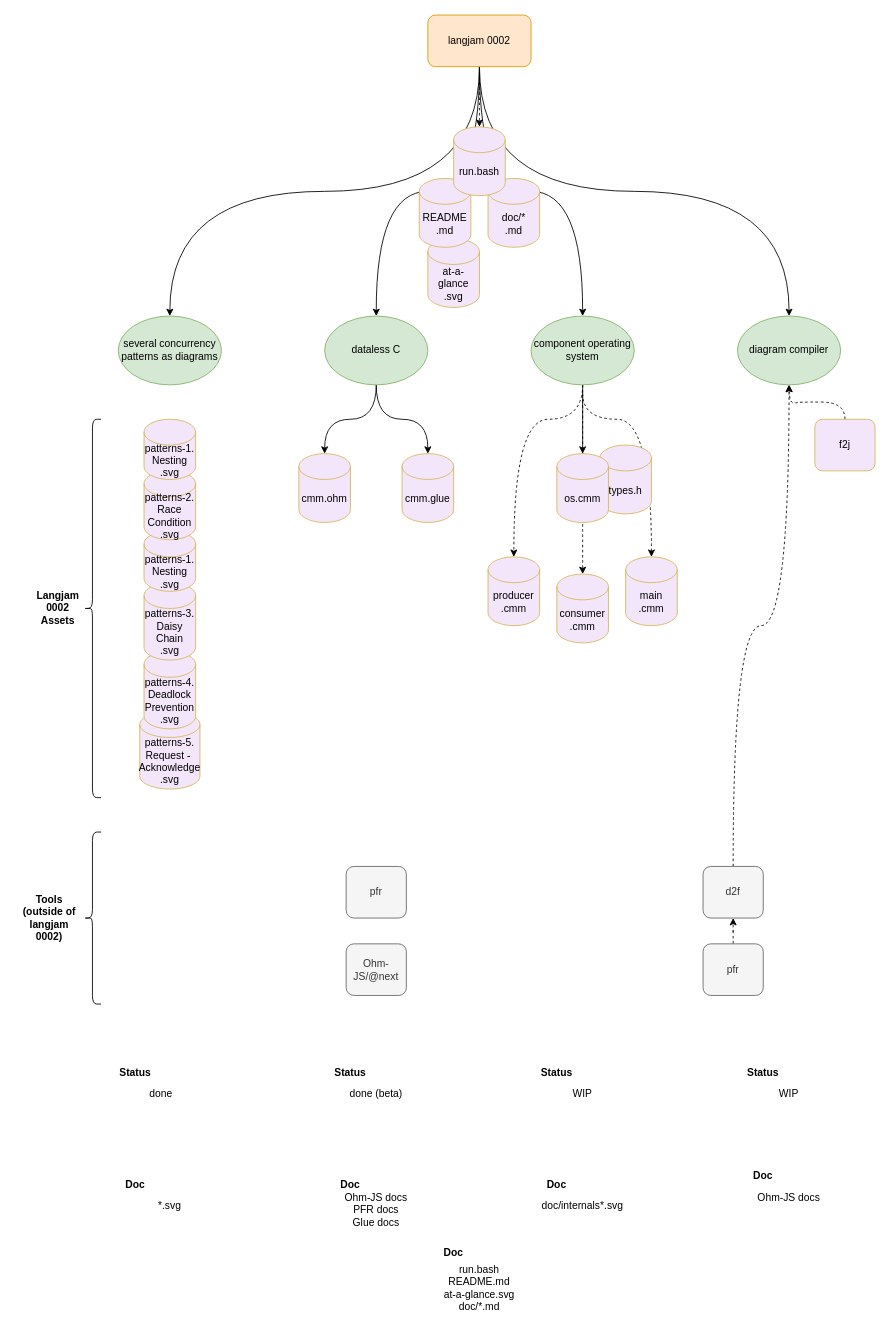
langjam/jam0002 keeps this draw.io diagram as guitarvydas/at-a-glance.drawio. Above is the earlier version. Source tidied: cells renumbered, new cells numbered last; positions are measured from the earlier drawing's top-left corner, leaving out a move shared by most shapes. Both pictures are drawn from the tidied source at 86%, with x=0, y=0 at pixel (15, 15).
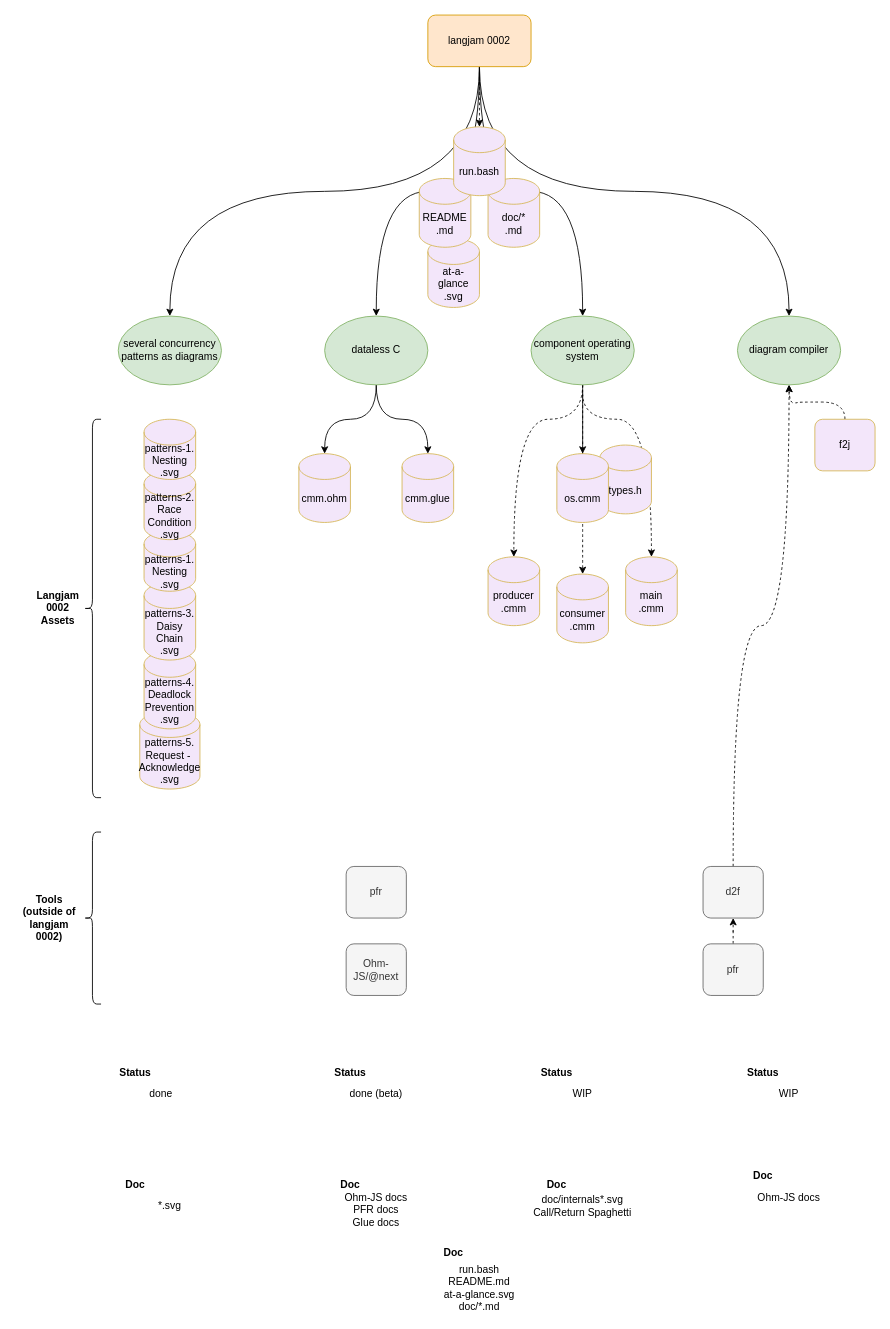
The same diagram, later.

Commit message (it also covers changes not shown here):
edit at-a-glance ; ref to call return spaghetti

Diff of the diagram source:
```diff
@@
-    <mxCell id="57" value="doc/internals*.svg" style="text;html=1;strokeColor=none;fillColor=none;align=center;verticalAlign=middle;whiteSpace=wrap;rounded=0;" parent="1" vertex="1">
-      <mxGeometry x="610" y="1370" width="100" height="30" as="geometry" />
+    <mxCell id="57" value="doc/internals*.svg&lt;br&gt;Call/Return Spaghetti" style="text;html=1;strokeColor=none;fillColor=none;align=center;verticalAlign=middle;whiteSpace=wrap;rounded=0;" parent="1" vertex="1">
+      <mxGeometry x="600" y="1370" width="120" height="30" as="geometry" />
     </mxCell>
```
